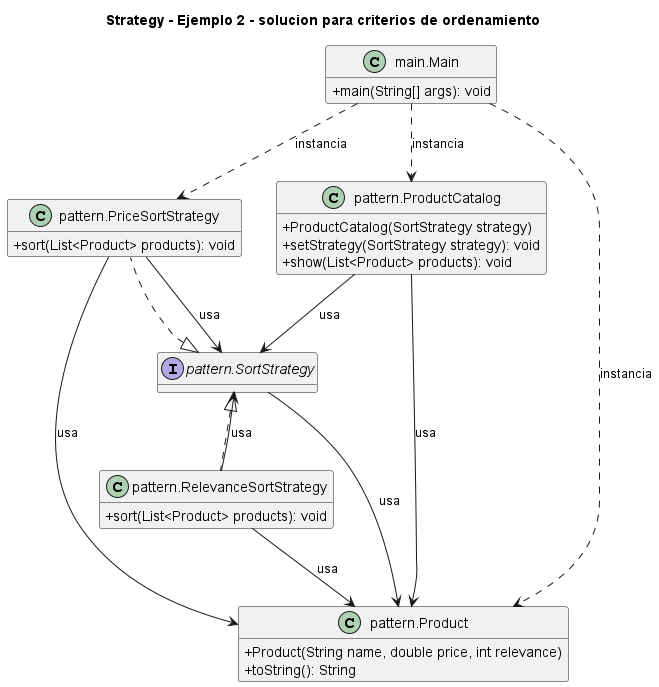
The PlantUML diagram 3. Comportamentales/Strategy/Ejemplo 2 - solucion para criterios de ordenamiento/UML.png in NicoCG32/Patrones-de-Software-y-Programacion-UCN, before a commit. The source it was exported from:
```plantuml
@startuml
title Strategy - Ejemplo 2 - solucion para criterios de ordenamiento
skinparam classAttributeIconSize 0
hide empty fields
class "main.Main" as main_Main {
  +main(String[] args): void
}
class "pattern.PriceSortStrategy" as pattern_PriceSortStrategy {
  +sort(List<Product> products): void
}
class "pattern.Product" as pattern_Product {
  +Product(String name, double price, int relevance)
  +toString(): String
}
class "pattern.ProductCatalog" as pattern_ProductCatalog {
  +ProductCatalog(SortStrategy strategy)
  +setStrategy(SortStrategy strategy): void
  +show(List<Product> products): void
}
class "pattern.RelevanceSortStrategy" as pattern_RelevanceSortStrategy {
  +sort(List<Product> products): void
}
interface "pattern.SortStrategy" as pattern_SortStrategy {
}
pattern_SortStrategy <|.. pattern_PriceSortStrategy
pattern_SortStrategy <|.. pattern_RelevanceSortStrategy
main_Main ..> pattern_PriceSortStrategy : instancia
main_Main ..> pattern_Product : instancia
main_Main ..> pattern_ProductCatalog : instancia
pattern_PriceSortStrategy --> pattern_Product : usa
pattern_PriceSortStrategy --> pattern_SortStrategy : usa
pattern_ProductCatalog --> pattern_Product : usa
pattern_ProductCatalog --> pattern_SortStrategy : usa
pattern_RelevanceSortStrategy --> pattern_Product : usa
pattern_RelevanceSortStrategy --> pattern_SortStrategy : usa
pattern_SortStrategy --> pattern_Product : usa
@enduml
```
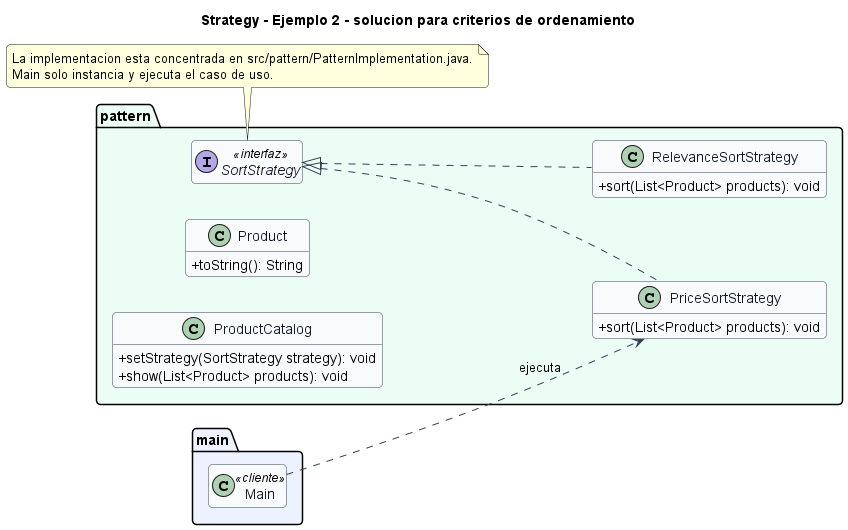
Above is the later version.

Change to the diagram source:
```diff
@@ -1,37 +1,46 @@
 @startuml
 title Strategy - Ejemplo 2 - solucion para criterios de ordenamiento
+left to right direction
+skinparam backgroundColor #FFFFFF
+skinparam shadowing false
+skinparam roundcorner 8
 skinparam classAttributeIconSize 0
-hide empty fields
-class "main.Main" as main_Main {
-  +main(String[] args): void
+skinparam class {
+  BackgroundColor #F8FAFC
+  BorderColor #334155
+  ArrowColor #334155
+  FontColor #0F172A
 }
-class "pattern.PriceSortStrategy" as pattern_PriceSortStrategy {
-  +sort(List<Product> products): void
+hide empty members
+
+package "main" #EEF2FF {
+  class Main <<cliente>>
 }
-class "pattern.Product" as pattern_Product {
-  +Product(String name, double price, int relevance)
-  +toString(): String
+
+package "pattern" #ECFDF5 {
+  class PriceSortStrategy {
+    +sort(List<Product> products): void
+  }
+  class Product {
+    +toString(): String
+  }
+  class ProductCatalog {
+    +setStrategy(SortStrategy strategy): void
+    +show(List<Product> products): void
+  }
+  class RelevanceSortStrategy {
+    +sort(List<Product> products): void
+  }
+  interface SortStrategy <<interfaz>> {
+  }
 }
-class "pattern.ProductCatalog" as pattern_ProductCatalog {
-  +ProductCatalog(SortStrategy strategy)
-  +setStrategy(SortStrategy strategy): void
-  +show(List<Product> products): void
-}
-class "pattern.RelevanceSortStrategy" as pattern_RelevanceSortStrategy {
-  +sort(List<Product> products): void
-}
-interface "pattern.SortStrategy" as pattern_SortStrategy {
-}
-pattern_SortStrategy <|.. pattern_PriceSortStrategy
-pattern_SortStrategy <|.. pattern_RelevanceSortStrategy
-main_Main ..> pattern_PriceSortStrategy : instancia
-main_Main ..> pattern_Product : instancia
-main_Main ..> pattern_ProductCatalog : instancia
-pattern_PriceSortStrategy --> pattern_Product : usa
-pattern_PriceSortStrategy --> pattern_SortStrategy : usa
-pattern_ProductCatalog --> pattern_Product : usa
-pattern_ProductCatalog --> pattern_SortStrategy : usa
-pattern_RelevanceSortStrategy --> pattern_Product : usa
-pattern_RelevanceSortStrategy --> pattern_SortStrategy : usa
-pattern_SortStrategy --> pattern_Product : usa
+
+SortStrategy <|.. PriceSortStrategy
+SortStrategy <|.. RelevanceSortStrategy
+Main ..> PriceSortStrategy : ejecuta
+
+note bottom
+La implementacion esta concentrada en src/pattern/PatternImplementation.java.
+Main solo instancia y ejecuta el caso de uso.
+end note
 @enduml
```
